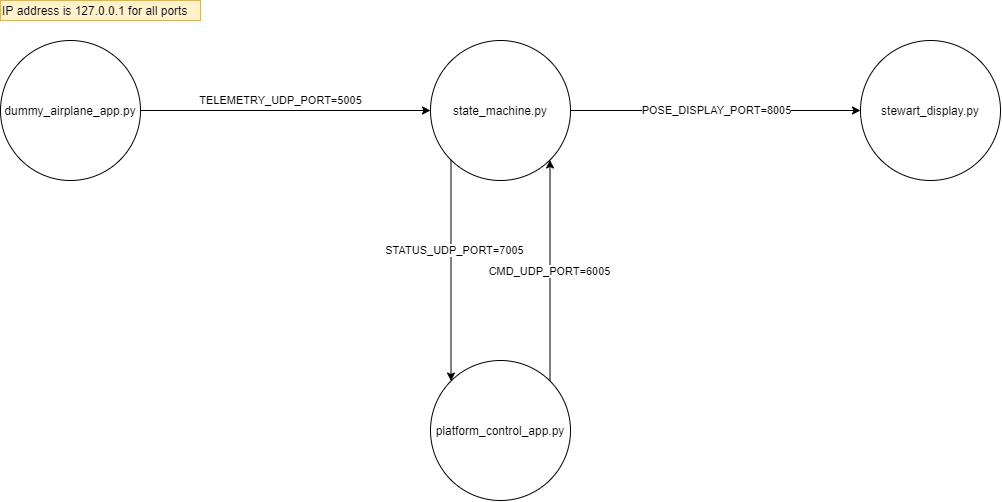
Above: images/Python_App_Network.png in robodude0395/Falcon2_Flight_Sim_Software (draw.io), before the change. Source tidied: cells renumbered, new cells last; positions are measured from the earlier drawing's top-left corner, leaving out a move shared by most shapes. Its diagram source:
```xml
<mxGraphModel>
  <root>
    <mxCell id="0" />
    <mxCell id="1" parent="0" />
    <mxCell id="2" style="edgeStyle=orthogonalEdgeStyle;rounded=0;jettySize=auto;html=1;exitX=0;exitY=1;exitDx=0;exitDy=0;entryX=0;entryY=0;entryDx=0;entryDy=0;" parent="1" edge="1" source="5" target="7">
      <mxGeometry relative="1" as="geometry" />
    </mxCell>
    <mxCell id="3" value="STATUS_UDP_PORT=7005" style="edgeLabel;html=1;align=center;verticalAlign=middle;" parent="2" vertex="1">
      <mxGeometry x="-0.19" y="3" relative="1" as="geometry" />
    </mxCell>
    <mxCell id="4" value="POSE_DISPLAY_PORT=8005" style="edgeStyle=orthogonalEdgeStyle;rounded=0;jettySize=auto;html=1;exitX=1;exitY=0.5;exitDx=0;exitDy=0;entryX=0;entryY=0.5;entryDx=0;entryDy=0;" parent="1" edge="1" source="5" target="10">
      <mxGeometry relative="1" as="geometry" />
    </mxCell>
    <mxCell id="5" value="state_machine.py" style="ellipse;whiteSpace=wrap;html=1;" parent="1" vertex="1">
      <mxGeometry x="430" y="40" width="140" height="140" as="geometry" />
    </mxCell>
    <mxCell id="6" value="CMD_UDP_PORT=6005" style="edgeStyle=orthogonalEdgeStyle;rounded=0;jettySize=auto;html=1;exitX=1;exitY=0;exitDx=0;exitDy=0;entryX=1;entryY=1;entryDx=0;entryDy=0;" parent="1" edge="1" source="7" target="5">
      <mxGeometry relative="1" as="geometry" />
    </mxCell>
    <mxCell id="7" value="platform_control_app.py" style="ellipse;whiteSpace=wrap;html=1;" parent="1" vertex="1">
      <mxGeometry x="430" y="360" width="140" height="140" as="geometry" />
    </mxCell>
    <mxCell id="8" value="TELEMETRY_UDP_PORT=5005" style="edgeStyle=orthogonalEdgeStyle;rounded=0;jettySize=auto;html=1;exitX=1;exitY=0.5;exitDx=0;exitDy=0;entryX=0;entryY=0.5;entryDx=0;entryDy=0;" parent="1" edge="1" source="9" target="5">
      <mxGeometry x="-0.03" y="10" relative="1" as="geometry" />
    </mxCell>
    <mxCell id="9" value="dummy_airplane_app.py" style="ellipse;whiteSpace=wrap;html=1;" parent="1" vertex="1">
      <mxGeometry y="40" width="140" height="140" as="geometry" />
    </mxCell>
    <mxCell id="10" value="stewart_display.py" style="ellipse;whiteSpace=wrap;html=1;" parent="1" vertex="1">
      <mxGeometry x="860" y="40" width="140" height="140" as="geometry" />
    </mxCell>
    <mxCell id="11" value="IP address is 127.0.0.1 for all ports" style="text;html=1;strokeColor=#d6b656;fillColor=#fff2cc;align=left;verticalAlign=middle;whiteSpace=wrap;rounded=0;" parent="1" vertex="1">
      <mxGeometry width="200" height="20" as="geometry" />
    </mxCell>
  </root>
</mxGraphModel>
```
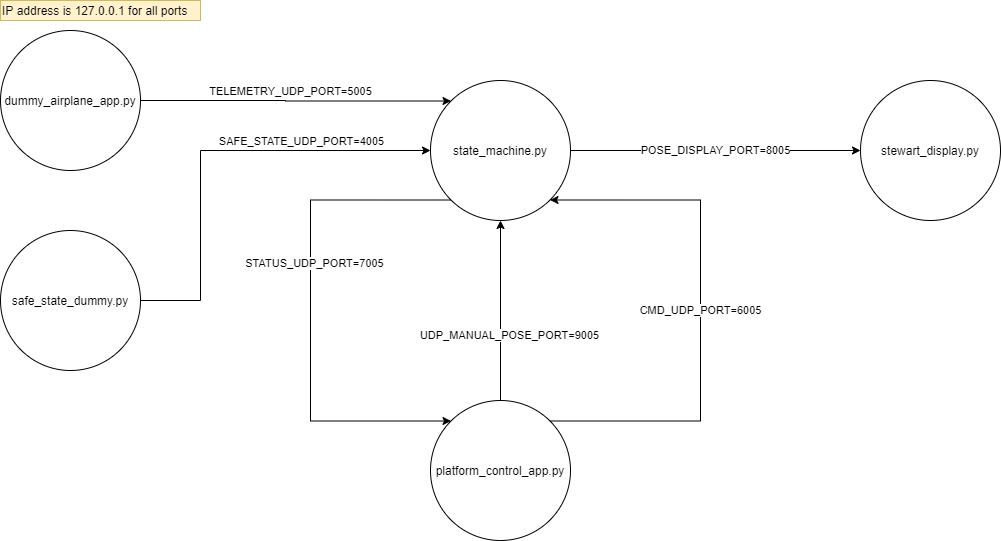
After the change.

Change to the diagram source:
```diff
@@ -3,7 +3,12 @@
     <mxCell id="0" />
     <mxCell id="1" parent="0" />
     <mxCell id="2" style="edgeStyle=orthogonalEdgeStyle;rounded=0;jettySize=auto;html=1;exitX=0;exitY=1;exitDx=0;exitDy=0;entryX=0;entryY=0;entryDx=0;entryDy=0;" parent="1" edge="1" source="5" target="7">
-      <mxGeometry relative="1" as="geometry" />
+      <mxGeometry relative="1" as="geometry">
+        <Array as="points">
+          <mxPoint x="310" y="159" />
+          <mxPoint x="310" y="380" />
+        </Array>
+      </mxGeometry>
     </mxCell>
     <mxCell id="3" value="STATUS_UDP_PORT=7005" style="edgeLabel;html=1;align=center;verticalAlign=middle;" parent="2" vertex="1">
       <mxGeometry x="-0.19" y="3" relative="1" as="geometry" />
@@ -15,22 +20,49 @@
       <mxGeometry x="430" y="40" width="140" height="140" as="geometry" />
     </mxCell>
     <mxCell id="6" value="CMD_UDP_PORT=6005" style="edgeStyle=orthogonalEdgeStyle;rounded=0;jettySize=auto;html=1;exitX=1;exitY=0;exitDx=0;exitDy=0;entryX=1;entryY=1;entryDx=0;entryDy=0;" parent="1" edge="1" source="7" target="5">
-      <mxGeometry relative="1" as="geometry" />
+      <mxGeometry relative="1" as="geometry">
+        <Array as="points">
+          <mxPoint x="700" y="380" />
+          <mxPoint x="700" y="159" />
+        </Array>
+      </mxGeometry>
     </mxCell>
+    <mxCell id="12" style="edgeStyle=orthogonalEdgeStyle;rounded=0;jettySize=auto;html=1;exitX=0.5;exitY=0;exitDx=0;exitDy=0;" parent="1" edge="1" source="7" target="5">
+      <mxGeometry relative="1" as="geometry" />
+    </mxCell>
+    <mxCell id="13" value="UDP_MANUAL_POSE_PORT=9005" style="edgeLabel;html=1;align=center;verticalAlign=middle;" parent="12" vertex="1">
+      <mxGeometry x="-0.27" y="-8" relative="1" as="geometry" />
+    </mxCell>
     <mxCell id="7" value="platform_control_app.py" style="ellipse;whiteSpace=wrap;html=1;" parent="1" vertex="1">
       <mxGeometry x="430" y="360" width="140" height="140" as="geometry" />
     </mxCell>
-    <mxCell id="8" value="TELEMETRY_UDP_PORT=5005" style="edgeStyle=orthogonalEdgeStyle;rounded=0;jettySize=auto;html=1;exitX=1;exitY=0.5;exitDx=0;exitDy=0;entryX=0;entryY=0.5;entryDx=0;entryDy=0;" parent="1" edge="1" source="9" target="5">
+    <mxCell id="8" value="TELEMETRY_UDP_PORT=5005" style="edgeStyle=orthogonalEdgeStyle;rounded=0;jettySize=auto;html=1;exitX=1;exitY=0.5;exitDx=0;exitDy=0;entryX=0;entryY=0;entryDx=0;entryDy=0;" parent="1" edge="1" source="9" target="5">
       <mxGeometry x="-0.03" y="10" relative="1" as="geometry" />
     </mxCell>
     <mxCell id="9" value="dummy_airplane_app.py" style="ellipse;whiteSpace=wrap;html=1;" parent="1" vertex="1">
-      <mxGeometry y="40" width="140" height="140" as="geometry" />
+      <mxGeometry y="-10" width="140" height="140" as="geometry" />
     </mxCell>
     <mxCell id="10" value="stewart_display.py" style="ellipse;whiteSpace=wrap;html=1;" parent="1" vertex="1">
       <mxGeometry x="860" y="40" width="140" height="140" as="geometry" />
     </mxCell>
     <mxCell id="11" value="IP address is 127.0.0.1 for all ports" style="text;html=1;strokeColor=#d6b656;fillColor=#fff2cc;align=left;verticalAlign=middle;whiteSpace=wrap;rounded=0;" parent="1" vertex="1">
-      <mxGeometry width="200" height="20" as="geometry" />
+      <mxGeometry y="-40" width="200" height="20" as="geometry" />
     </mxCell>
+    <mxCell id="14" style="edgeStyle=orthogonalEdgeStyle;rounded=0;jettySize=auto;html=1;exitX=1;exitY=0.5;exitDx=0;exitDy=0;entryX=0;entryY=0.5;entryDx=0;entryDy=0;" parent="1" edge="1" source="16" target="5">
+      <mxGeometry relative="1" as="geometry">
+        <Array as="points">
+          <mxPoint x="200" y="260" />
+          <mxPoint x="200" y="110" />
+        </Array>
+      </mxGeometry>
+    </mxCell>
+    <mxCell id="15" value="SAFE_STATE_UDP_PORT=4005" style="edgeLabel;html=1;align=center;verticalAlign=middle;" parent="14" vertex="1">
+      <mxGeometry x="0.26" y="-3" relative="1" as="geometry">
+        <mxPoint x="33" y="-13" as="offset" />
+      </mxGeometry>
+    </mxCell>
+    <mxCell id="16" value="safe_state_dummy.py" style="ellipse;whiteSpace=wrap;html=1;" parent="1" vertex="1">
+      <mxGeometry y="190" width="140" height="140" as="geometry" />
+    </mxCell>
   </root>
 </mxGraphModel>
```
